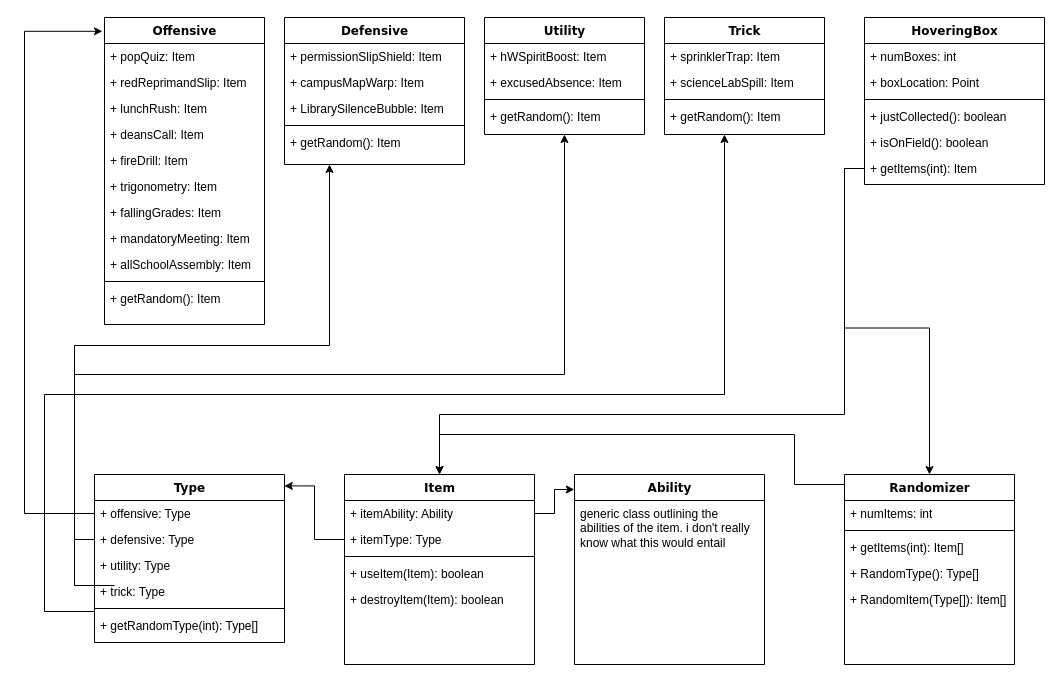
This is documentation/TechSpecs/LayoutOnFieldPowerUps.drawio from sozalpasan1/HWKartKlash, a draw.io file, before an edit. Source tidied: cells renumbered, new cells numbered last; positions are measured from the earlier drawing's top-left corner, leaving out a move shared by most shapes. Both pictures are drawn from the tidied source at 100%, with x=0, y=0 at pixel (24, 17).
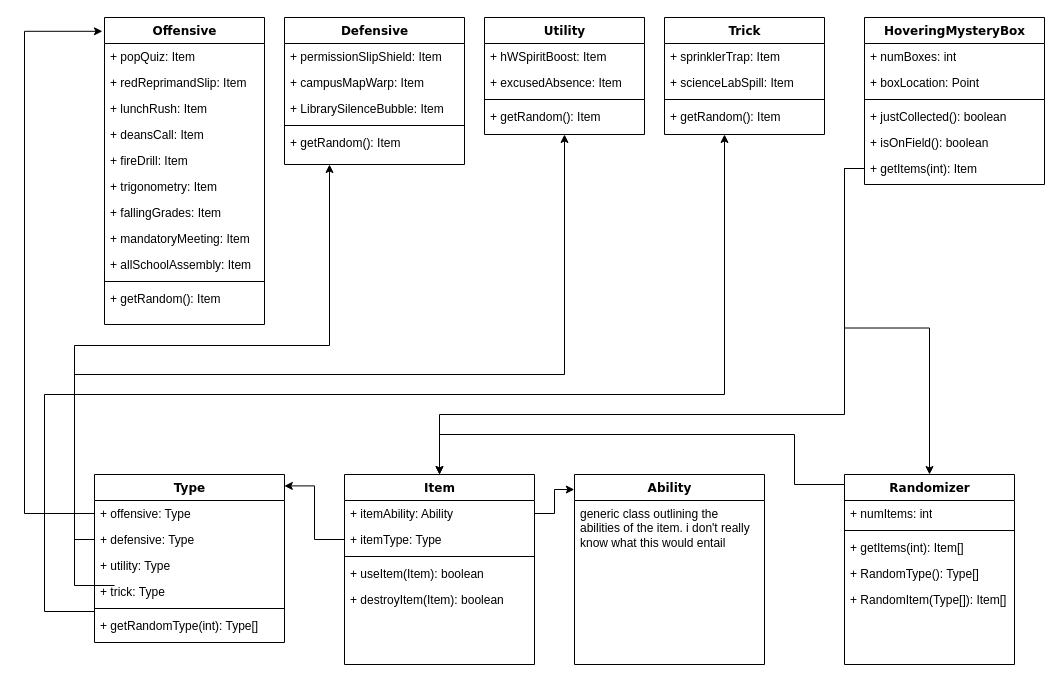
The same page after the edit.

What changed in the source:
```diff
@@
-    <mxCell id="2" value="HoveringBox" style="swimlane;html=1;fontStyle=1;align=center;verticalAlign=top;horizontal=1;startSize=26;swimlaneFillColor=#ffffff;rounded=0;shadow=0;comic=0;labelBackgroundColor=none;strokeWidth=1;fillColor=none;fontFamily=Verdana;fontSize=12;" parent="1" vertex="1">
+    <mxCell id="2" value="HoveringMysteryBox" style="swimlane;html=1;fontStyle=1;align=center;verticalAlign=top;horizontal=1;startSize=26;swimlaneFillColor=#ffffff;rounded=0;shadow=0;comic=0;labelBackgroundColor=none;strokeWidth=1;fillColor=none;fontFamily=Verdana;fontSize=12;" parent="1" vertex="1">
       <mxGeometry x="840" width="180" height="167" as="geometry" />
     </mxCell>
```
